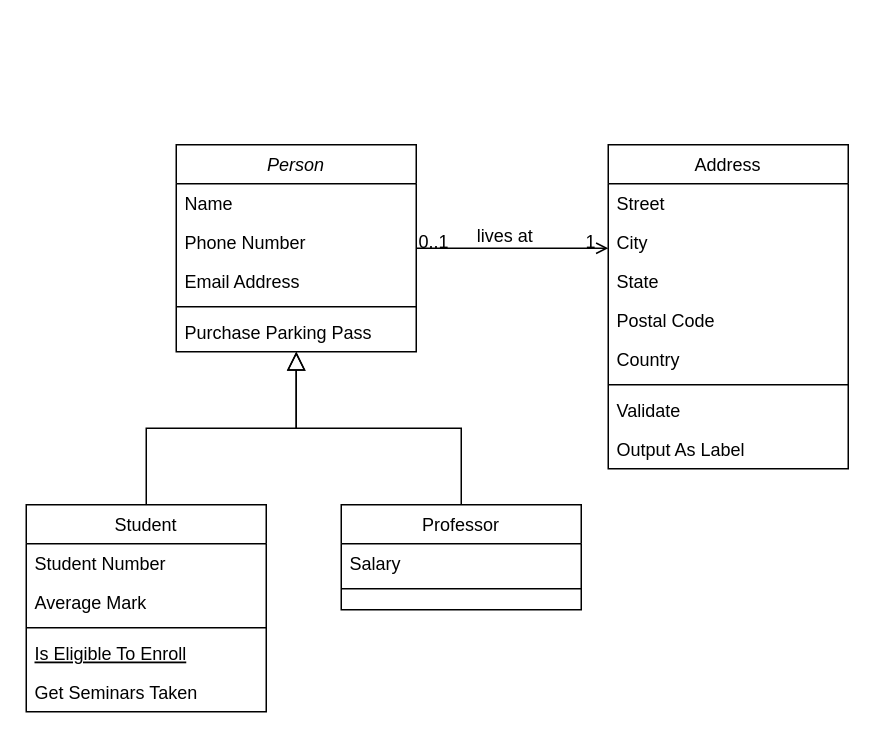
Above: Práctica_1/Diagrama sin título.drawio in Valdi183/Palindromo_python (draw.io), before the change. Source tidied: cells renumbered, new cells numbered last; positions are measured from the earlier drawing's top-left corner, leaving out a move shared by most shapes. Both pictures are drawn from the tidied source at 150%, with x=0, y=0 at pixel (26, 144).
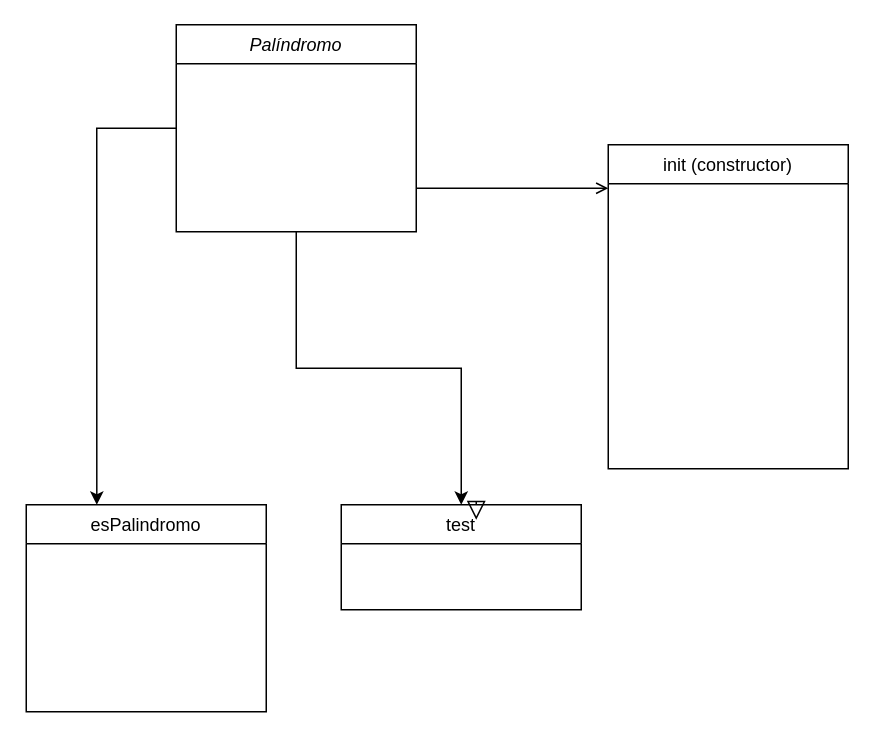
The same page after the edit.

Commit message:
Actualizar Diagrama de palindromo

The change refers to these unchanged cells:
```xml
<mxCell id="28" style="endArrow=open;shadow=0;strokeWidth=1;rounded=0;curved=0;endFill=1;edgeStyle=elbowEdgeStyle;elbow=vertical;" parent="1" edge="1" source="2" target="19">
  <mxGeometry x="0.5" y="41" relative="1" as="geometry">
    <mxPoint x="-40" y="32" as="offset" />
  </mxGeometry>
</mxCell>
```

What changed in the source:
```diff
@@
+    <mxCell id="32" style="edgeStyle=orthogonalEdgeStyle;rounded=0;jettySize=auto;html=1;" parent="1" edge="1" source="2" target="15">
+      <mxGeometry relative="1" as="geometry" />
+    </mxCell>
-    <mxCell id="2" value="Person" style="swimlane;fontStyle=2;align=center;verticalAlign=top;horizontal=1;startSize=26;rounded=0;shadow=0;strokeWidth=1;" parent="1" vertex="1">
-      <mxGeometry x="100" width="160" height="138" as="geometry" />
+    <mxCell id="2" value="Palíndromo" style="swimlane;fontStyle=2;align=center;verticalAlign=top;horizontal=1;startSize=26;rounded=0;shadow=0;strokeWidth=1;" parent="1" vertex="1">
+      <mxGeometry x="100" y="-80" width="160" height="138" as="geometry" />
     </mxCell>
-    <mxCell id="3" value="Name" style="text;align=left;verticalAlign=top;spacingLeft=4;spacingRight=4;overflow=hidden;" parent="2" vertex="1">
-      <mxGeometry y="26" width="160" height="26" as="geometry" />
-    </mxCell>
-    <mxCell id="4" value="Phone Number" style="text;align=left;verticalAlign=top;spacingLeft=4;spacingRight=4;overflow=hidden;rounded=0;shadow=0;html=0;" parent="2" vertex="1">
-      <mxGeometry y="52" width="160" height="26" as="geometry" />
-    </mxCell>
-    <mxCell id="5" value="Email Address" style="text;align=left;verticalAlign=top;spacingLeft=4;spacingRight=4;overflow=hidden;rounded=0;shadow=0;html=0;" parent="2" vertex="1">
-      <mxGeometry y="78" width="160" height="26" as="geometry" />
-    </mxCell>
-    <mxCell id="6" style="line;html=1;strokeWidth=1;align=left;verticalAlign=middle;spacingTop=-1;spacingLeft=3;spacingRight=3;labelPosition=right;" parent="2" vertex="1">
-      <mxGeometry y="104" width="160" height="8" as="geometry" />
-    </mxCell>
-    <mxCell id="7" value="Purchase Parking Pass" style="text;align=left;verticalAlign=top;spacingLeft=4;spacingRight=4;overflow=hidden;" parent="2" vertex="1">
-      <mxGeometry y="112" width="160" height="26" as="geometry" />
-    </mxCell>
-    <mxCell id="8" value="Student" style="swimlane;fontStyle=0;align=center;verticalAlign=top;horizontal=1;startSize=26;rounded=0;shadow=0;strokeWidth=1;" parent="1" vertex="1">
+    <mxCell id="8" value="esPalindromo" style="swimlane;fontStyle=0;align=center;verticalAlign=top;horizontal=1;startSize=26;rounded=0;shadow=0;strokeWidth=1;" parent="1" vertex="1">
       <mxGeometry y="240" width="160" height="138" as="geometry" />
     </mxCell>
-    <mxCell id="9" value="Student Number" style="text;align=left;verticalAlign=top;spacingLeft=4;spacingRight=4;overflow=hidden;" parent="8" vertex="1">
-      <mxGeometry y="26" width="160" height="26" as="geometry" />
-    </mxCell>
-    <mxCell id="10" value="Average Mark" style="text;align=left;verticalAlign=top;spacingLeft=4;spacingRight=4;overflow=hidden;rounded=0;shadow=0;html=0;" parent="8" vertex="1">
-      <mxGeometry y="52" width="160" height="26" as="geometry" />
-    </mxCell>
-    <mxCell id="11" style="line;html=1;strokeWidth=1;align=left;verticalAlign=middle;spacingTop=-1;spacingLeft=3;spacingRight=3;labelPosition=right;" parent="8" vertex="1">
-      <mxGeometry y="78" width="160" height="8" as="geometry" />
-    </mxCell>
-    <mxCell id="12" value="Is Eligible To Enroll" style="text;align=left;verticalAlign=top;spacingLeft=4;spacingRight=4;overflow=hidden;fontStyle=4;" parent="8" vertex="1">
-      <mxGeometry y="86" width="160" height="26" as="geometry" />
-    </mxCell>
-    <mxCell id="13" value="Get Seminars Taken" style="text;align=left;verticalAlign=top;spacingLeft=4;spacingRight=4;overflow=hidden;" parent="8" vertex="1">
-      <mxGeometry y="112" width="160" height="26" as="geometry" />
-    </mxCell>
-    <mxCell id="14" style="endArrow=block;endSize=10;endFill=0;shadow=0;strokeWidth=1;rounded=0;curved=0;edgeStyle=elbowEdgeStyle;elbow=vertical;" parent="1" edge="1" source="8" target="2">
-      <mxGeometry relative="1" as="geometry" />
-    </mxCell>
-    <mxCell id="15" value="Professor" style="swimlane;fontStyle=0;align=center;verticalAlign=top;horizontal=1;startSize=26;rounded=0;shadow=0;strokeWidth=1;" parent="1" vertex="1">
+    <mxCell id="15" value="test" style="swimlane;fontStyle=0;align=center;verticalAlign=top;horizontal=1;startSize=26;rounded=0;shadow=0;strokeWidth=1;" parent="1" vertex="1">
       <mxGeometry x="210" y="240" width="160" height="70" as="geometry" />
     </mxCell>
-    <mxCell id="16" value="Salary" style="text;align=left;verticalAlign=top;spacingLeft=4;spacingRight=4;overflow=hidden;" parent="15" vertex="1">
-      <mxGeometry y="26" width="160" height="26" as="geometry" />
-    </mxCell>
-    <mxCell id="17" style="line;html=1;strokeWidth=1;align=left;verticalAlign=middle;spacingTop=-1;spacingLeft=3;spacingRight=3;labelPosition=right;" parent="15" vertex="1">
-      <mxGeometry y="52" width="160" height="8" as="geometry" />
-    </mxCell>
-    <mxCell id="18" style="endArrow=block;endSize=10;endFill=0;shadow=0;strokeWidth=1;rounded=0;curved=0;edgeStyle=elbowEdgeStyle;elbow=vertical;" parent="1" edge="1" source="15" target="2">
-      <mxGeometry relative="1" as="geometry" />
+    <mxCell id="18" style="endArrow=block;endSize=10;endFill=0;shadow=0;strokeWidth=1;rounded=0;curved=0;edgeStyle=elbowEdgeStyle;elbow=vertical;" parent="1" edge="1" source="15">
+      <mxGeometry relative="1" as="geometry">
+        <mxPoint x="300" y="250" as="targetPoint" />
+      </mxGeometry>
     </mxCell>
-    <mxCell id="19" value="Address" style="swimlane;fontStyle=0;align=center;verticalAlign=top;horizontal=1;startSize=26;rounded=0;shadow=0;strokeWidth=1;" parent="1" vertex="1">
+    <mxCell id="19" value="init (constructor)" style="swimlane;fontStyle=0;align=center;verticalAlign=top;horizontal=1;startSize=26;rounded=0;shadow=0;strokeWidth=1;" parent="1" vertex="1">
       <mxGeometry x="388" width="160" height="216" as="geometry" />
     </mxCell>
-    <mxCell id="20" value="Street" style="text;align=left;verticalAlign=top;spacingLeft=4;spacingRight=4;overflow=hidden;" parent="19" vertex="1">
-      <mxGeometry y="26" width="160" height="26" as="geometry" />
-    </mxCell>
-    <mxCell id="21" value="City" style="text;align=left;verticalAlign=top;spacingLeft=4;spacingRight=4;overflow=hidden;rounded=0;shadow=0;html=0;" parent="19" vertex="1">
-      <mxGeometry y="52" width="160" height="26" as="geometry" />
-    </mxCell>
-    <mxCell id="22" value="State" style="text;align=left;verticalAlign=top;spacingLeft=4;spacingRight=4;overflow=hidden;rounded=0;shadow=0;html=0;" parent="19" vertex="1">
-      <mxGeometry y="78" width="160" height="26" as="geometry" />
-    </mxCell>
-    <mxCell id="23" value="Postal Code" style="text;align=left;verticalAlign=top;spacingLeft=4;spacingRight=4;overflow=hidden;rounded=0;shadow=0;html=0;" parent="19" vertex="1">
-      <mxGeometry y="104" width="160" height="26" as="geometry" />
-    </mxCell>
-    <mxCell id="24" value="Country" style="text;align=left;verticalAlign=top;spacingLeft=4;spacingRight=4;overflow=hidden;rounded=0;shadow=0;html=0;" parent="19" vertex="1">
-      <mxGeometry y="130" width="160" height="26" as="geometry" />
-    </mxCell>
-    <mxCell id="25" style="line;html=1;strokeWidth=1;align=left;verticalAlign=middle;spacingTop=-1;spacingLeft=3;spacingRight=3;labelPosition=right;" parent="19" vertex="1">
-      <mxGeometry y="156" width="160" height="8" as="geometry" />
-    </mxCell>
-    <mxCell id="26" value="Validate" style="text;align=left;verticalAlign=top;spacingLeft=4;spacingRight=4;overflow=hidden;" parent="19" vertex="1">
-      <mxGeometry y="164" width="160" height="26" as="geometry" />
-    </mxCell>
-    <mxCell id="27" value="Output As Label" style="text;align=left;verticalAlign=top;spacingLeft=4;spacingRight=4;overflow=hidden;" parent="19" vertex="1">
-      <mxGeometry y="190" width="160" height="26" as="geometry" />
-    </mxCell>
@@
-    <mxCell id="29" value="0..1" style="align=left;verticalAlign=bottom;labelBackgroundColor=none;fontSize=12;" parent="28" vertex="1">
-      <mxGeometry x="-1" relative="1" as="geometry">
-        <mxPoint y="4" as="offset" />
-      </mxGeometry>
-    </mxCell>
-    <mxCell id="30" value="1" style="align=right;verticalAlign=bottom;labelBackgroundColor=none;fontSize=12;" parent="28" vertex="1">
-      <mxGeometry x="1" relative="1" as="geometry">
-        <mxPoint x="-7" y="4" as="offset" />
-      </mxGeometry>
-    </mxCell>
-    <mxCell id="31" value="lives at" style="text;html=1;align=center;verticalAlign=middle;labelBackgroundColor=none;rounded=0;shadow=0;strokeWidth=1;fontSize=12;" parent="28" vertex="1">
-      <mxGeometry x="0.5" y="49" relative="1" as="geometry">
-        <mxPoint x="-38" y="40" as="offset" />
-      </mxGeometry>
-    </mxCell>
+    <mxCell id="33" style="edgeStyle=orthogonalEdgeStyle;rounded=0;jettySize=auto;html=1;exitX=0;exitY=0.5;exitDx=0;exitDy=0;entryX=0.294;entryY=0;entryDx=0;entryDy=0;entryPerimeter=0;" parent="1" edge="1" source="2" target="8">
+      <mxGeometry relative="1" as="geometry" />
+    </mxCell>
```
